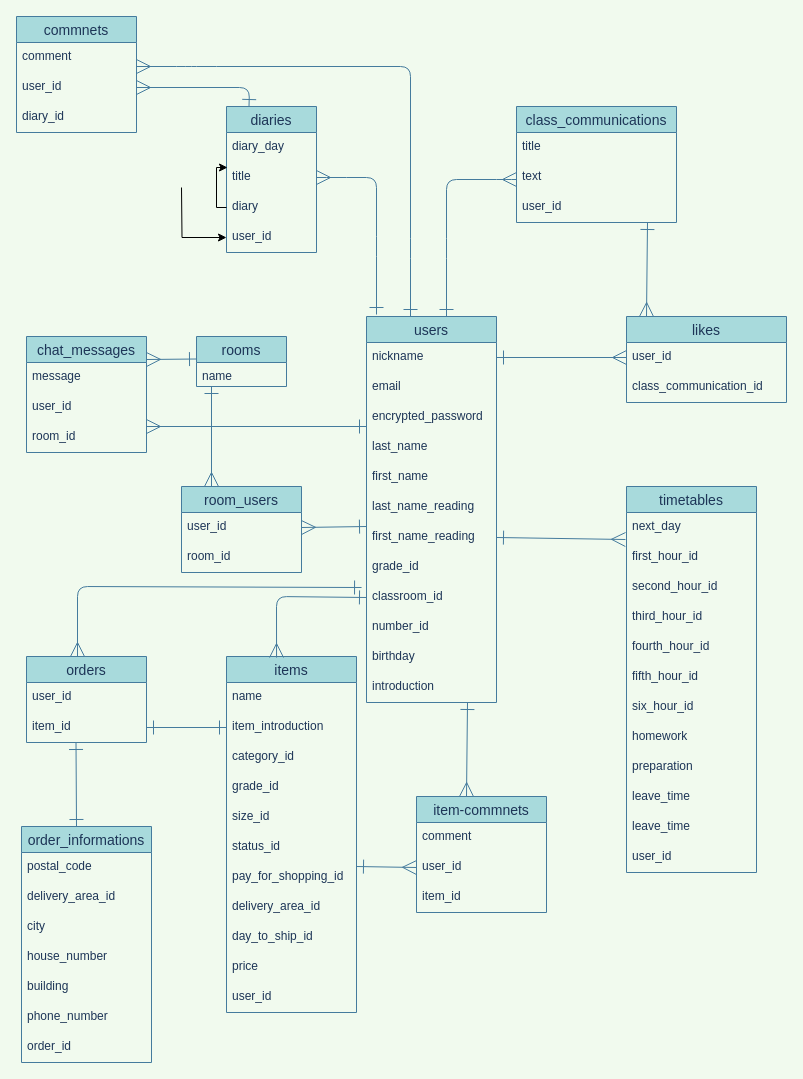
hiratatatsujiro/contact_book_app keeps this draw.io diagram as ER.dio. Above is the earlier version. Source tidied: cells renumbered, new cells numbered last; positions are measured from the earlier drawing's top-left corner, leaving out a move shared by most shapes. Both pictures are drawn from the tidied source at 100%, with x=0, y=0 at pixel (16, 16).
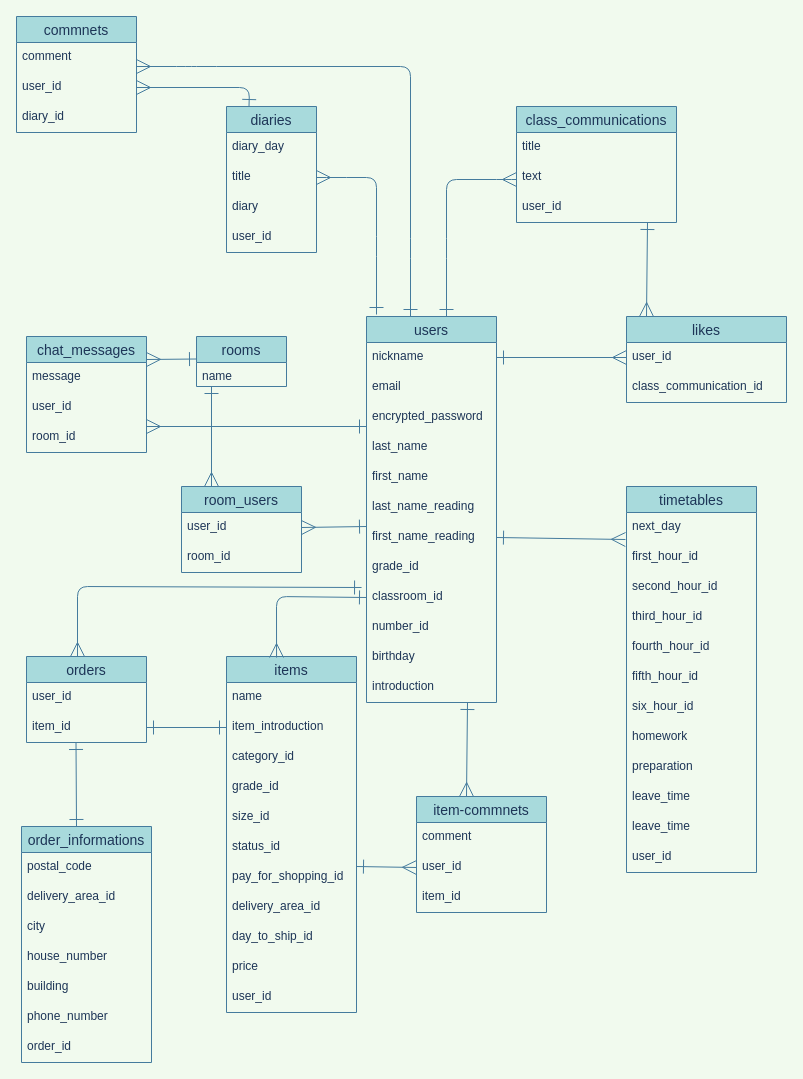
The same diagram, later.

Unchanged cells that the change refers to:
```xml
<mxCell id="15" value="diaries" style="swimlane;fontStyle=0;horizontal=1;startSize=26;align=center;fontSize=14;fillColor=#A8DADC;strokeColor=#457B9D;fontColor=#1D3557;" parent="1" vertex="1">
  <mxGeometry x="210" y="90" width="90" height="146" as="geometry" />
</mxCell>
<mxCell id="17" value="title&#10;" style="text;strokeColor=none;fillColor=none;spacingLeft=4;spacingRight=4;overflow=hidden;points=[[0,0.5],[1,0.5]];portConstraint=eastwest;fontSize=12;fontColor=#1D3557;" parent="15" vertex="1">
  <mxGeometry y="56" width="90" height="30" as="geometry" />
</mxCell>
<mxCell id="19" value="diary" style="text;strokeColor=none;fillColor=none;spacingLeft=4;spacingRight=4;overflow=hidden;points=[[0,0.5],[1,0.5]];portConstraint=eastwest;fontSize=12;fontColor=#1D3557;" parent="15" vertex="1">
  <mxGeometry y="86" width="90" height="30" as="geometry" />
</mxCell>
<mxCell id="20" value="user_id" style="text;strokeColor=none;fillColor=none;spacingLeft=4;spacingRight=4;overflow=hidden;points=[[0,0.5],[1,0.5]];portConstraint=eastwest;fontSize=12;fontColor=#1D3557;" parent="15" vertex="1">
  <mxGeometry y="116" width="90" height="30" as="geometry" />
</mxCell>
```

What changed in the source:
```diff
@@
-    <mxCell id="18" style="edgeStyle=orthogonalEdgeStyle;rounded=0;jettySize=auto;html=1;exitX=0;exitY=0.5;exitDx=0;exitDy=0;entryX=0.011;entryY=0.167;entryDx=0;entryDy=0;entryPerimeter=0;" parent="15" edge="1" source="19" target="17">
-      <mxGeometry relative="1" as="geometry">
-        <Array as="points">
-          <mxPoint x="-10" y="101" />
-          <mxPoint x="-10" y="61" />
-        </Array>
-      </mxGeometry>
-    </mxCell>
@@
-    <mxCell id="92" style="edgeStyle=orthogonalEdgeStyle;rounded=0;jettySize=auto;html=1;" parent="1" edge="1" target="20">
-      <mxGeometry relative="1" as="geometry">
-        <mxPoint x="165" y="171" as="sourcePoint" />
-      </mxGeometry>
-    </mxCell>
```
